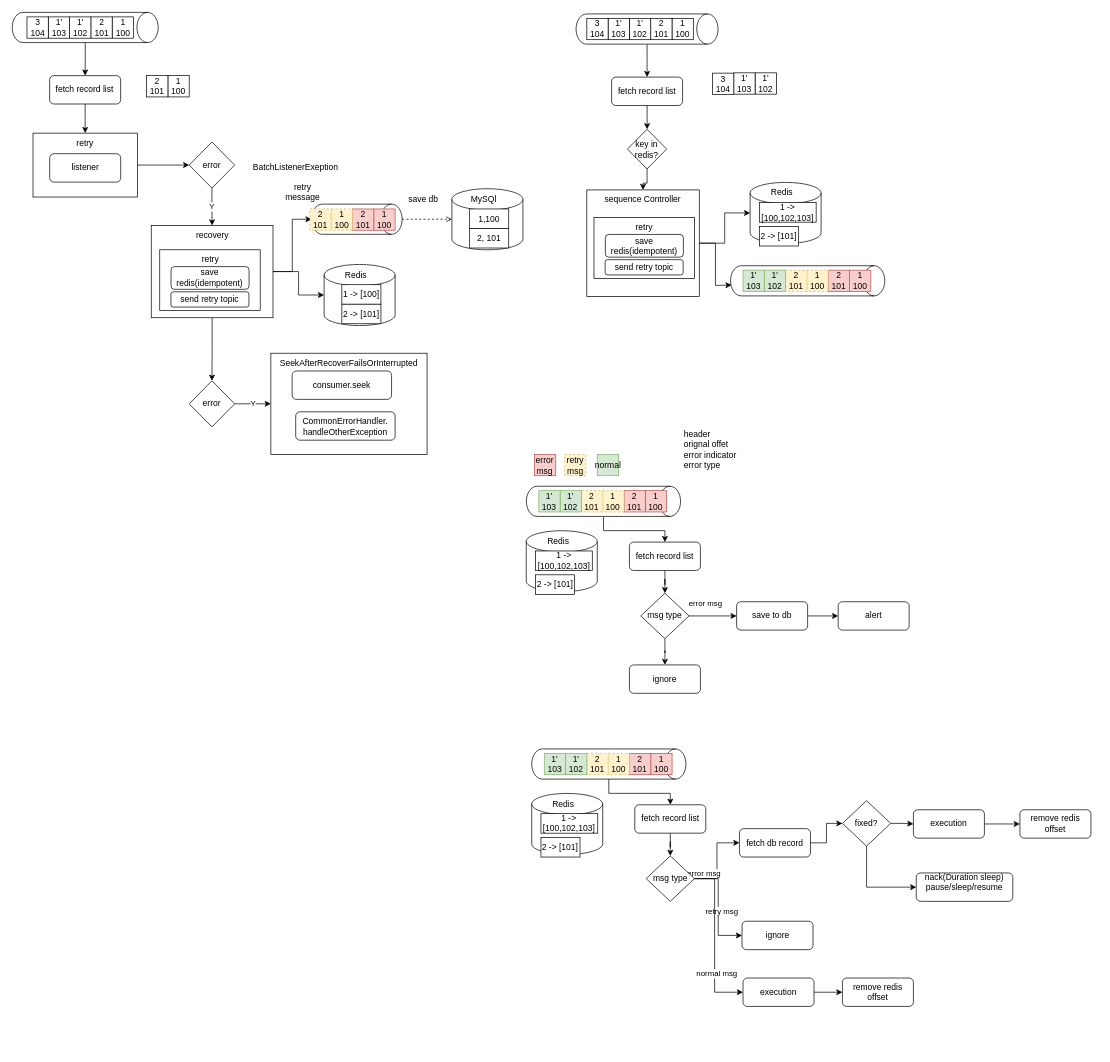
The draw.io diagram techlab/kafka message handler.drawio in qiufang1314/drawio, before the edit. Source tidied: cells renumbered, new cells numbered last; positions are measured from the earlier drawing's top-left corner, leaving out a move shared by most shapes. Both pictures are drawn from the tidied source at 71%, with x=0, y=0 at pixel (27, -46).
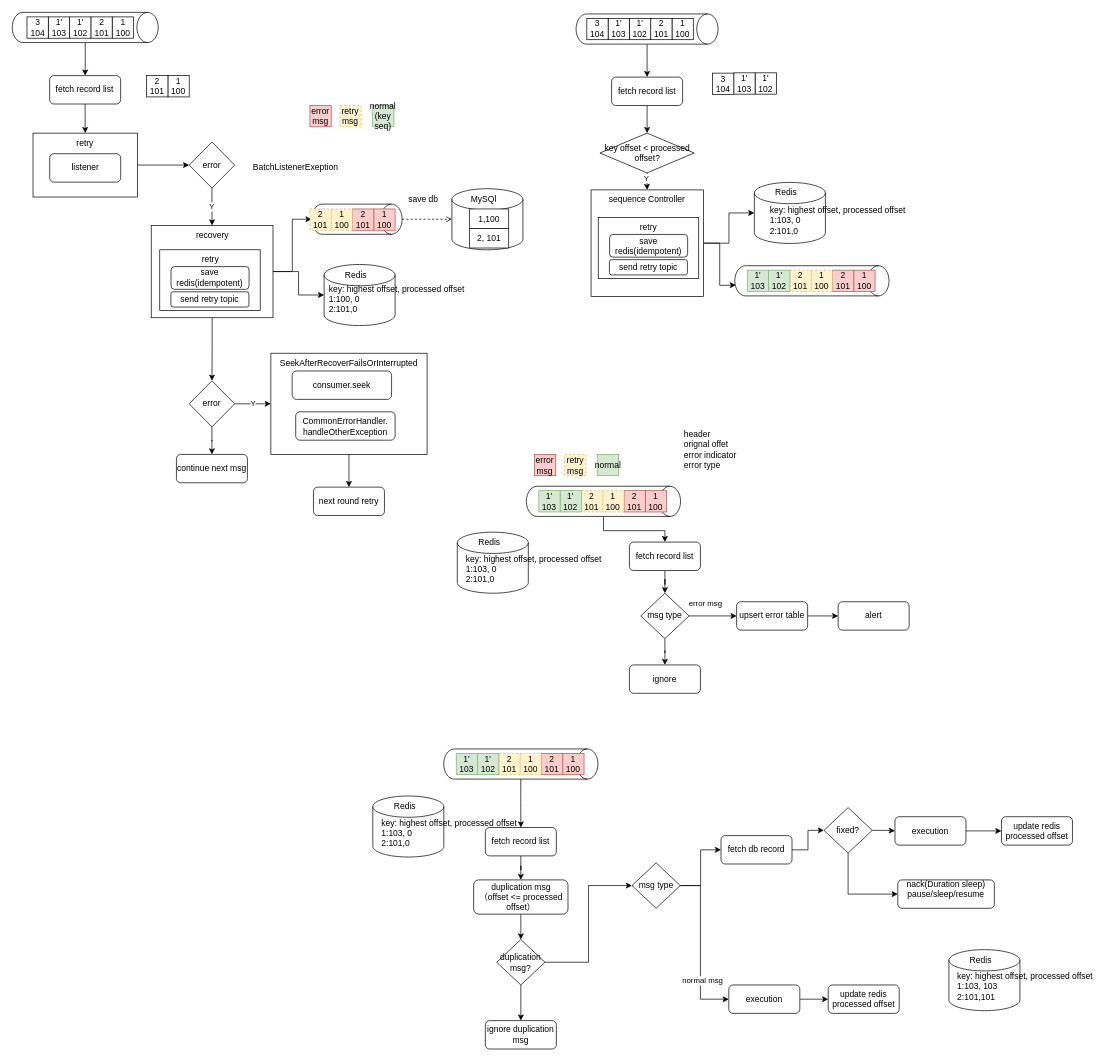
The same page after the edit.

Unchanged cells that the change refers to:
```xml
<mxCell id="23" value="error" style="rhombus;whiteSpace=wrap;html=1;" parent="1" vertex="1">
  <mxGeometry x="228" y="600.8" width="64" height="65" as="geometry" />
</mxCell>
<mxCell id="24" value="SeekAfterRecoverFailsOrInterrupted" style="rounded=0;whiteSpace=wrap;html=1;verticalAlign=top;" parent="1" vertex="1">
  <mxGeometry x="343" y="562" width="220" height="142.5" as="geometry" />
</mxCell>
<mxCell id="61" style="edgeStyle=orthogonalEdgeStyle;rounded=0;jettySize=auto;html=1;" parent="1" edge="1" source="62" target="50">
  <mxGeometry relative="1" as="geometry" />
</mxCell>
```

Change to the diagram source:
```diff
@@
+    <mxCell id="136" style="edgeStyle=orthogonalEdgeStyle;rounded=0;jettySize=auto;html=1;" parent="1" edge="1" source="23" target="157">
+      <mxGeometry relative="1" as="geometry" />
+    </mxCell>
@@
+    <mxCell id="137" style="edgeStyle=orthogonalEdgeStyle;rounded=0;jettySize=auto;html=1;" parent="1" edge="1" source="24" target="158">
+      <mxGeometry relative="1" as="geometry" />
+    </mxCell>
@@
-    <mxCell id="29" value="1 -&amp;gt; [100]" style="rounded=0;whiteSpace=wrap;html=1;" parent="1" vertex="1">
-      <mxGeometry x="443" y="465.5" width="55" height="27.5" as="geometry" />
-    </mxCell>
@@
-    <mxCell id="31" value="2 -&amp;gt; [101]" style="rounded=0;whiteSpace=wrap;html=1;" parent="1" vertex="1">
-      <mxGeometry x="443" y="493" width="55" height="27.5" as="geometry" />
-    </mxCell>
@@
     <mxCell id="45" style="shape=cylinder3;whiteSpace=wrap;html=1;boundedLbl=1;backgroundOutline=1;size=15;" parent="1" vertex="1">
-      <mxGeometry x="1018" y="321.4" width="100" height="86" as="geometry" />
+      <mxGeometry x="1024" y="321.4" width="100" height="86" as="geometry" />
     </mxCell>
     <mxCell id="46" value="Redis" style="text;html=1;align=center;verticalAlign=middle;whiteSpace=wrap;rounded=0;" parent="1" vertex="1">
-      <mxGeometry x="1028" y="321.4" width="70" height="30" as="geometry" />
+      <mxGeometry x="1034" y="321.4" width="70" height="30" as="geometry" />
     </mxCell>
-    <mxCell id="47" value="1 -&amp;gt; [100,102,103]" style="rounded=0;whiteSpace=wrap;html=1;" parent="1" vertex="1">
-      <mxGeometry x="1031" y="349.9" width="80" height="27.5" as="geometry" />
-    </mxCell>
-    <mxCell id="48" value="2 -&amp;gt; [101]" style="rounded=0;whiteSpace=wrap;html=1;" parent="1" vertex="1">
-      <mxGeometry x="1031" y="383.5" width="55" height="27.5" as="geometry" />
-    </mxCell>
     <mxCell id="49" style="edgeStyle=orthogonalEdgeStyle;rounded=0;jettySize=auto;html=1;" parent="1" edge="1" source="50">
       <mxGeometry relative="1" as="geometry">
-        <mxPoint x="992" y="466" as="targetPoint" />
+        <mxPoint x="998" y="466" as="targetPoint" />
       </mxGeometry>
     </mxCell>
     <mxCell id="50" value="sequence Controller" style="rounded=0;whiteSpace=wrap;html=1;verticalAlign=top;" parent="1" vertex="1">
-      <mxGeometry x="788" y="332" width="158.4" height="150" as="geometry" />
+      <mxGeometry x="794" y="332" width="158.4" height="150" as="geometry" />
     </mxCell>
@@
+    <mxCell id="138" value="Y" style="edgeLabel;html=1;align=center;verticalAlign=middle;" parent="61" vertex="1">
+      <mxGeometry x="-0.49" y="-1" relative="1" as="geometry">
+        <mxPoint y="2" as="offset" />
+      </mxGeometry>
+    </mxCell>
-    <mxCell id="62" value="key in redis?" style="rhombus;whiteSpace=wrap;html=1;" parent="1" vertex="1">
-      <mxGeometry x="845.3" y="246.5" width="55.1" height="56" as="geometry" />
+    <mxCell id="62" value="key offset &amp;lt; processed offset?" style="rhombus;whiteSpace=wrap;html=1;" parent="1" vertex="1">
+      <mxGeometry x="806.5" y="252" width="132.7" height="56" as="geometry" />
     </mxCell>
@@
-    <mxCell id="69" value="retry message" style="text;html=1;align=center;verticalAlign=middle;whiteSpace=wrap;rounded=0;" parent="1" vertex="1">
-      <mxGeometry x="358" y="319.9" width="60" height="30" as="geometry" />
-    </mxCell>
     <mxCell id="70" value="retry" style="rounded=0;whiteSpace=wrap;html=1;verticalAlign=top;" parent="1" vertex="1">
-      <mxGeometry x="798.1" y="371" width="141.5" height="85.7" as="geometry" />
+      <mxGeometry x="804.1" y="371" width="141.5" height="85.7" as="geometry" />
     </mxCell>
     <mxCell id="71" value="send retry topic" style="rounded=1;whiteSpace=wrap;html=1;" parent="1" vertex="1">
-      <mxGeometry x="813.8" y="430.2" width="109.9" height="21.5" as="geometry" />
+      <mxGeometry x="819.8" y="430.2" width="109.9" height="21.5" as="geometry" />
     </mxCell>
     <mxCell id="72" value="save redis(idempotent)" style="rounded=1;whiteSpace=wrap;html=1;" parent="1" vertex="1">
-      <mxGeometry x="814.1" y="394.7" width="109.9" height="32" as="geometry" />
+      <mxGeometry x="820.1" y="394.7" width="109.9" height="32" as="geometry" />
     </mxCell>
     <mxCell id="73" style="shape=cylinder3;whiteSpace=wrap;html=1;boundedLbl=1;backgroundOutline=1;size=15;" parent="1" vertex="1">
-      <mxGeometry x="702.7" y="812" width="100" height="86" as="geometry" />
+      <mxGeometry x="605.6" y="814" width="100" height="86" as="geometry" />
     </mxCell>
     <mxCell id="74" value="Redis" style="text;html=1;align=center;verticalAlign=middle;whiteSpace=wrap;rounded=0;" parent="1" vertex="1">
-      <mxGeometry x="712.7" y="812" width="70" height="30" as="geometry" />
+      <mxGeometry x="615.6" y="814" width="70" height="30" as="geometry" />
     </mxCell>
-    <mxCell id="75" value="1 -&amp;gt; [100,102,103]" style="rounded=0;whiteSpace=wrap;html=1;" parent="1" vertex="1">
-      <mxGeometry x="715.7" y="840.5" width="80" height="27.5" as="geometry" />
-    </mxCell>
-    <mxCell id="76" value="2 -&amp;gt; [101]" style="rounded=0;whiteSpace=wrap;html=1;" parent="1" vertex="1">
-      <mxGeometry x="715.7" y="874.1" width="55" height="27.5" as="geometry" />
-    </mxCell>
@@
     <mxCell id="86" style="shape=cylinder3;whiteSpace=wrap;html=1;boundedLbl=1;backgroundOutline=1;size=15;rotation=90;" parent="1" vertex="1">
-      <mxGeometry x="1077.8" y="351.4" width="42.5" height="217.2" as="geometry" />
+      <mxGeometry x="1083.8" y="351.4" width="42.5" height="217.2" as="geometry" />
     </mxCell>
     <mxCell id="87" value="1&lt;div&gt;100&lt;/div&gt;" style="rounded=0;whiteSpace=wrap;html=1;fillColor=#f8cecc;strokeColor=#b85450;" parent="1" vertex="1">
-      <mxGeometry x="1158" y="445" width="30" height="30" as="geometry" />
+      <mxGeometry x="1164" y="445" width="30" height="30" as="geometry" />
     </mxCell>
     <mxCell id="88" value="2&lt;br&gt;&lt;div&gt;101&lt;/div&gt;" style="rounded=0;whiteSpace=wrap;html=1;fillColor=#f8cecc;strokeColor=#b85450;" parent="1" vertex="1">
-      <mxGeometry x="1128" y="445" width="30" height="30" as="geometry" />
+      <mxGeometry x="1134" y="445" width="30" height="30" as="geometry" />
     </mxCell>
     <mxCell id="89" value="1&lt;div&gt;100&lt;/div&gt;" style="rounded=0;whiteSpace=wrap;html=1;dashed=1;fillColor=#fff2cc;strokeColor=#d6b656;" parent="1" vertex="1">
-      <mxGeometry x="1098" y="445" width="30" height="30" as="geometry" />
+      <mxGeometry x="1104" y="445" width="30" height="30" as="geometry" />
     </mxCell>
     <mxCell id="90" value="2&lt;br&gt;&lt;div&gt;101&lt;/div&gt;" style="rounded=0;whiteSpace=wrap;html=1;dashed=1;fillColor=#fff2cc;strokeColor=#d6b656;" parent="1" vertex="1">
-      <mxGeometry x="1068" y="445" width="30" height="30" as="geometry" />
+      <mxGeometry x="1074" y="445" width="30" height="30" as="geometry" />
     </mxCell>
     <mxCell id="91" value="1'&lt;div&gt;102&lt;/div&gt;" style="rounded=0;whiteSpace=wrap;html=1;fillColor=#d5e8d4;strokeColor=#82b366;" parent="1" vertex="1">
-      <mxGeometry x="1038" y="445" width="30" height="30" as="geometry" />
+      <mxGeometry x="1044" y="445" width="30" height="30" as="geometry" />
     </mxCell>
     <mxCell id="92" value="1'&lt;br&gt;&lt;div&gt;103&lt;/div&gt;" style="rounded=0;whiteSpace=wrap;html=1;fillColor=#d5e8d4;strokeColor=#82b366;" parent="1" vertex="1">
-      <mxGeometry x="1008" y="445" width="30" height="30" as="geometry" />
+      <mxGeometry x="1014" y="445" width="30" height="30" as="geometry" />
     </mxCell>
@@
-    <mxCell id="100" value="save to db" style="rounded=1;whiteSpace=wrap;html=1;" parent="1" vertex="1">
+    <mxCell id="100" value="upsert error table" style="rounded=1;whiteSpace=wrap;html=1;" parent="1" vertex="1">
       <mxGeometry x="999" y="912" width="100" height="40" as="geometry" />
     </mxCell>
@@
     <mxCell id="104" style="shape=cylinder3;whiteSpace=wrap;html=1;boundedLbl=1;backgroundOutline=1;size=15;rotation=90;" parent="1" vertex="1">
-      <mxGeometry x="797.8" y="1032" width="42.5" height="217.2" as="geometry" />
+      <mxGeometry x="673.8" y="1032" width="42.5" height="217.2" as="geometry" />
     </mxCell>
     <mxCell id="105" value="1&lt;div&gt;100&lt;/div&gt;" style="rounded=0;whiteSpace=wrap;html=1;fillColor=#f8cecc;strokeColor=#b85450;" parent="1" vertex="1">
-      <mxGeometry x="878.1" y="1125.6" width="30" height="30" as="geometry" />
+      <mxGeometry x="754.1" y="1125.6" width="30" height="30" as="geometry" />
     </mxCell>
     <mxCell id="106" value="2&lt;br&gt;&lt;div&gt;101&lt;/div&gt;" style="rounded=0;whiteSpace=wrap;html=1;fillColor=#f8cecc;strokeColor=#b85450;" parent="1" vertex="1">
-      <mxGeometry x="848.1" y="1125.6" width="30" height="30" as="geometry" />
+      <mxGeometry x="724.1" y="1125.6" width="30" height="30" as="geometry" />
     </mxCell>
     <mxCell id="107" value="1&lt;div&gt;100&lt;/div&gt;" style="rounded=0;whiteSpace=wrap;html=1;dashed=1;fillColor=#fff2cc;strokeColor=#d6b656;" parent="1" vertex="1">
-      <mxGeometry x="818.1" y="1125.6" width="30" height="30" as="geometry" />
+      <mxGeometry x="694.1" y="1125.6" width="30" height="30" as="geometry" />
     </mxCell>
     <mxCell id="108" value="2&lt;br&gt;&lt;div&gt;101&lt;/div&gt;" style="rounded=0;whiteSpace=wrap;html=1;dashed=1;fillColor=#fff2cc;strokeColor=#d6b656;" parent="1" vertex="1">
-      <mxGeometry x="788.1" y="1125.6" width="30" height="30" as="geometry" />
+      <mxGeometry x="664.1" y="1125.6" width="30" height="30" as="geometry" />
     </mxCell>
-    <mxCell id="109" style="shape=cylinder3;whiteSpace=wrap;html=1;boundedLbl=1;backgroundOutline=1;size=15;" parent="1" vertex="1">
-      <mxGeometry x="710.4" y="1182" width="100" height="86" as="geometry" />
-    </mxCell>
-    <mxCell id="110" value="Redis" style="text;html=1;align=center;verticalAlign=middle;whiteSpace=wrap;rounded=0;" parent="1" vertex="1">
-      <mxGeometry x="720.4" y="1182" width="70" height="30" as="geometry" />
-    </mxCell>
-    <mxCell id="111" value="1 -&amp;gt; [100,102,103]" style="rounded=0;whiteSpace=wrap;html=1;" parent="1" vertex="1">
-      <mxGeometry x="723.4" y="1210.5" width="80" height="27.5" as="geometry" />
-    </mxCell>
-    <mxCell id="112" value="2 -&amp;gt; [101]" style="rounded=0;whiteSpace=wrap;html=1;" parent="1" vertex="1">
-      <mxGeometry x="723.4" y="1244.1" width="55" height="27.5" as="geometry" />
-    </mxCell>
     <mxCell id="113" value="1'&lt;div&gt;102&lt;/div&gt;" style="rounded=0;whiteSpace=wrap;html=1;fillColor=#d5e8d4;strokeColor=#82b366;" parent="1" vertex="1">
-      <mxGeometry x="758.1" y="1125.6" width="30" height="30" as="geometry" />
+      <mxGeometry x="634.1" y="1125.6" width="30" height="30" as="geometry" />
     </mxCell>
     <mxCell id="114" value="1'&lt;br&gt;&lt;div&gt;103&lt;/div&gt;" style="rounded=0;whiteSpace=wrap;html=1;fillColor=#d5e8d4;strokeColor=#82b366;" parent="1" vertex="1">
-      <mxGeometry x="728.1" y="1125.6" width="30" height="30" as="geometry" />
+      <mxGeometry x="604.1" y="1125.6" width="30" height="30" as="geometry" />
     </mxCell>
-    <mxCell id="115" style="edgeStyle=orthogonalEdgeStyle;rounded=0;jettySize=auto;html=1;" parent="1" edge="1" source="116" target="122">
-      <mxGeometry relative="1" as="geometry" />
-    </mxCell>
+    <mxCell id="139" style="edgeStyle=orthogonalEdgeStyle;rounded=0;jettySize=auto;html=1;entryX=0.5;entryY=0;entryDx=0;entryDy=0;" parent="1" edge="1" source="116" target="152">
+      <mxGeometry relative="1" as="geometry" />
+    </mxCell>
     <mxCell id="116" value="fetch record list" style="rounded=1;whiteSpace=wrap;html=1;" parent="1" vertex="1">
-      <mxGeometry x="855.6" y="1198" width="100" height="40" as="geometry" />
+      <mxGeometry x="645.1" y="1230" width="100" height="40" as="geometry" />
     </mxCell>
-    <mxCell id="117" value="error msg" style="edgeStyle=orthogonalEdgeStyle;rounded=0;jettySize=auto;html=1;" parent="1" edge="1" source="122" target="124">
-      <mxGeometry x="-0.31" y="18" relative="1" as="geometry" />
-    </mxCell>
-    <mxCell id="118" style="edgeStyle=orthogonalEdgeStyle;rounded=0;jettySize=auto;html=1;entryX=0;entryY=0.5;entryDx=0;entryDy=0;" parent="1" edge="1" source="122" target="125">
-      <mxGeometry relative="1" as="geometry" />
-    </mxCell>
-    <mxCell id="119" value="retry msg" style="edgeLabel;html=1;align=center;verticalAlign=middle;" parent="118" vertex="1">
-      <mxGeometry x="0.08" y="4" relative="1" as="geometry" />
-    </mxCell>
     <mxCell id="120" style="edgeStyle=orthogonalEdgeStyle;rounded=0;jettySize=auto;html=1;entryX=0;entryY=0.5;entryDx=0;entryDy=0;" parent="1" edge="1" source="122" target="133">
       <mxGeometry relative="1" as="geometry">
         <Array as="points">
-          <mxPoint x="968" y="1302" />
-          <mxPoint x="968" y="1462" />
+          <mxPoint x="948" y="1311.8" />
+          <mxPoint x="948" y="1471.8" />
         </Array>
       </mxGeometry>
     </mxCell>
@@
+    <mxCell id="140" style="edgeStyle=orthogonalEdgeStyle;rounded=0;jettySize=auto;html=1;" parent="1" edge="1" source="122" target="124">
+      <mxGeometry relative="1" as="geometry" />
+    </mxCell>
     <mxCell id="122" value="msg type" style="rhombus;whiteSpace=wrap;html=1;" parent="1" vertex="1">
-      <mxGeometry x="871.6" y="1270" width="68" height="64" as="geometry" />
+      <mxGeometry x="851.6" y="1279.8" width="68" height="64" as="geometry" />
     </mxCell>
@@
     <mxCell id="124" value="fetch db record" style="rounded=1;whiteSpace=wrap;html=1;" parent="1" vertex="1">
-      <mxGeometry x="1003" y="1231.6" width="100" height="40" as="geometry" />
+      <mxGeometry x="977" y="1241.4" width="100" height="40" as="geometry" />
     </mxCell>
-    <mxCell id="125" value="ignore" style="rounded=1;whiteSpace=wrap;html=1;" parent="1" vertex="1">
-      <mxGeometry x="1006.6" y="1362" width="100" height="40" as="geometry" />
-    </mxCell>
@@
     <mxCell id="127" style="edgeStyle=orthogonalEdgeStyle;rounded=0;jettySize=auto;html=1;entryX=0;entryY=0.5;entryDx=0;entryDy=0;" parent="1" edge="1" source="128" target="131">
       <mxGeometry relative="1" as="geometry">
         <Array as="points">
-          <mxPoint x="1182" y="1314" />
+          <mxPoint x="1156" y="1323.8" />
         </Array>
       </mxGeometry>
     </mxCell>
     <mxCell id="128" value="fixed?" style="rhombus;whiteSpace=wrap;html=1;" parent="1" vertex="1">
-      <mxGeometry x="1148" y="1192.2" width="68" height="64" as="geometry" />
+      <mxGeometry x="1122" y="1202" width="68" height="64" as="geometry" />
     </mxCell>
@@
     <mxCell id="130" value="execution" style="rounded=1;whiteSpace=wrap;html=1;" parent="1" vertex="1">
-      <mxGeometry x="1248" y="1205" width="100" height="40" as="geometry" />
+      <mxGeometry x="1222" y="1214.8" width="100" height="40" as="geometry" />
     </mxCell>
     <mxCell id="131" value="nack(Duration sleep)&lt;div&gt;pause/sleep/resume&lt;br&gt;&lt;div&gt;&lt;br&gt;&lt;/div&gt;&lt;/div&gt;" style="rounded=1;whiteSpace=wrap;html=1;" parent="1" vertex="1">
-      <mxGeometry x="1252" y="1294" width="136" height="40" as="geometry" />
+      <mxGeometry x="1226" y="1303.8" width="136" height="40" as="geometry" />
     </mxCell>
@@
     <mxCell id="133" value="execution" style="rounded=1;whiteSpace=wrap;html=1;" parent="1" vertex="1">
-      <mxGeometry x="1008" y="1442" width="100" height="40" as="geometry" />
+      <mxGeometry x="988" y="1451.8" width="100" height="40" as="geometry" />
     </mxCell>
-    <mxCell id="134" value="remove redis offset" style="rounded=1;whiteSpace=wrap;html=1;" parent="1" vertex="1">
-      <mxGeometry x="1148" y="1442" width="100" height="40" as="geometry" />
+    <mxCell id="134" value="update redis processed offset" style="rounded=1;whiteSpace=wrap;html=1;" parent="1" vertex="1">
+      <mxGeometry x="1128" y="1451.8" width="100" height="40" as="geometry" />
     </mxCell>
-    <mxCell id="135" value="remove redis offset" style="rounded=1;whiteSpace=wrap;html=1;" parent="1" vertex="1">
-      <mxGeometry x="1398" y="1205" width="100" height="40" as="geometry" />
+    <mxCell id="135" value="update redis processed offset" style="rounded=1;whiteSpace=wrap;html=1;" parent="1" vertex="1">
+      <mxGeometry x="1372" y="1214.8" width="100" height="40" as="geometry" />
     </mxCell>
+    <mxCell id="117" value="error&lt;div&gt;msg&lt;/div&gt;" style="rounded=0;whiteSpace=wrap;html=1;fillColor=#f8cecc;strokeColor=#b85450;" parent="1" vertex="1">
+      <mxGeometry x="398" y="213.1" width="30" height="30" as="geometry" />
+    </mxCell>
+    <mxCell id="119" value="retry&lt;div&gt;msg&lt;/div&gt;" style="rounded=0;whiteSpace=wrap;html=1;dashed=1;fillColor=#fff2cc;strokeColor=#d6b656;" parent="1" vertex="1">
+      <mxGeometry x="440.4" y="213.1" width="30" height="30" as="geometry" />
+    </mxCell>
+    <mxCell id="141" value="normal&lt;div&gt;(key seq)&lt;/div&gt;" style="rounded=0;whiteSpace=wrap;html=1;fillColor=#d5e8d4;strokeColor=#82b366;" parent="1" vertex="1">
+      <mxGeometry x="486.4" y="213.1" width="30" height="30" as="geometry" />
+    </mxCell>
+    <mxCell id="142" value="key: highest offset, processed offset&lt;div&gt;1:100, 0&lt;/div&gt;&lt;div&gt;2:101,0&lt;/div&gt;" style="text;html=1;align=left;verticalAlign=middle;whiteSpace=wrap;rounded=0;" parent="1" vertex="1">
+      <mxGeometry x="423" y="471.2" width="200" height="30" as="geometry" />
+    </mxCell>
+    <mxCell id="143" value="key: highest offset, processed offset&lt;div&gt;1:103, 0&lt;/div&gt;&lt;div&gt;2:101,0&lt;/div&gt;" style="text;html=1;align=left;verticalAlign=middle;whiteSpace=wrap;rounded=0;" parent="1" vertex="1">
+      <mxGeometry x="1044" y="360" width="200" height="30" as="geometry" />
+    </mxCell>
+    <mxCell id="144" value="key: highest offset, processed offset&lt;div&gt;1:103, 0&lt;/div&gt;&lt;div&gt;2:101,0&lt;/div&gt;" style="text;html=1;align=left;verticalAlign=middle;whiteSpace=wrap;rounded=0;" parent="1" vertex="1">
+      <mxGeometry x="615.6" y="851.2" width="200" height="30" as="geometry" />
+    </mxCell>
+    <mxCell id="145" style="shape=cylinder3;whiteSpace=wrap;html=1;boundedLbl=1;backgroundOutline=1;size=15;" parent="1" vertex="1">
+      <mxGeometry x="486.6" y="1185.6" width="100" height="86" as="geometry" />
+    </mxCell>
+    <mxCell id="146" value="Redis" style="text;html=1;align=center;verticalAlign=middle;whiteSpace=wrap;rounded=0;" parent="1" vertex="1">
+      <mxGeometry x="496.6" y="1185.6" width="70" height="30" as="geometry" />
+    </mxCell>
+    <mxCell id="147" value="key: highest offset, processed offset&lt;div&gt;1:103, 0&lt;/div&gt;&lt;div&gt;2:101,0&lt;/div&gt;" style="text;html=1;align=left;verticalAlign=middle;whiteSpace=wrap;rounded=0;" parent="1" vertex="1">
+      <mxGeometry x="496.6" y="1222.8" width="200" height="30" as="geometry" />
+    </mxCell>
+    <mxCell id="148" style="shape=cylinder3;whiteSpace=wrap;html=1;boundedLbl=1;backgroundOutline=1;size=15;" parent="1" vertex="1">
+      <mxGeometry x="1298" y="1402" width="100" height="86" as="geometry" />
+    </mxCell>
+    <mxCell id="149" value="Redis" style="text;html=1;align=center;verticalAlign=middle;whiteSpace=wrap;rounded=0;" parent="1" vertex="1">
+      <mxGeometry x="1308" y="1402" width="70" height="30" as="geometry" />
+    </mxCell>
+    <mxCell id="150" value="key: highest offset, processed offset&lt;div&gt;1:103, 103&lt;/div&gt;&lt;div&gt;2:101,101&lt;/div&gt;" style="text;html=1;align=left;verticalAlign=middle;whiteSpace=wrap;rounded=0;" parent="1" vertex="1">
+      <mxGeometry x="1308" y="1439.2" width="200" height="30" as="geometry" />
+    </mxCell>
+    <mxCell id="151" style="edgeStyle=orthogonalEdgeStyle;rounded=0;jettySize=auto;html=1;" parent="1" edge="1" source="152" target="155">
+      <mxGeometry relative="1" as="geometry" />
+    </mxCell>
+    <mxCell id="152" value="duplication msg&lt;div&gt;（offset &amp;lt;= processed offset）&lt;/div&gt;" style="rounded=1;whiteSpace=wrap;html=1;" parent="1" vertex="1">
+      <mxGeometry x="628.6" y="1303.8" width="132.9" height="48.2" as="geometry" />
+    </mxCell>
+    <mxCell id="153" style="edgeStyle=orthogonalEdgeStyle;rounded=0;jettySize=auto;html=1;entryX=0;entryY=0.5;entryDx=0;entryDy=0;" parent="1" edge="1" source="155" target="122">
+      <mxGeometry relative="1" as="geometry" />
+    </mxCell>
+    <mxCell id="154" style="edgeStyle=orthogonalEdgeStyle;rounded=0;jettySize=auto;html=1;" parent="1" edge="1" source="155" target="156">
+      <mxGeometry relative="1" as="geometry" />
+    </mxCell>
+    <mxCell id="155" value="duplication msg?" style="rhombus;whiteSpace=wrap;html=1;" parent="1" vertex="1">
+      <mxGeometry x="661.1" y="1387.8" width="68" height="64" as="geometry" />
+    </mxCell>
+    <mxCell id="156" value="ignore duplication msg" style="rounded=1;whiteSpace=wrap;html=1;" parent="1" vertex="1">
+      <mxGeometry x="645.1" y="1502" width="100" height="40" as="geometry" />
+    </mxCell>
+    <mxCell id="157" value="continue next msg" style="rounded=1;whiteSpace=wrap;html=1;" parent="1" vertex="1">
+      <mxGeometry x="210" y="704.5" width="100" height="40" as="geometry" />
+    </mxCell>
+    <mxCell id="158" value="next round retry" style="rounded=1;whiteSpace=wrap;html=1;" parent="1" vertex="1">
+      <mxGeometry x="403" y="750.6" width="100" height="40" as="geometry" />
+    </mxCell>
```
